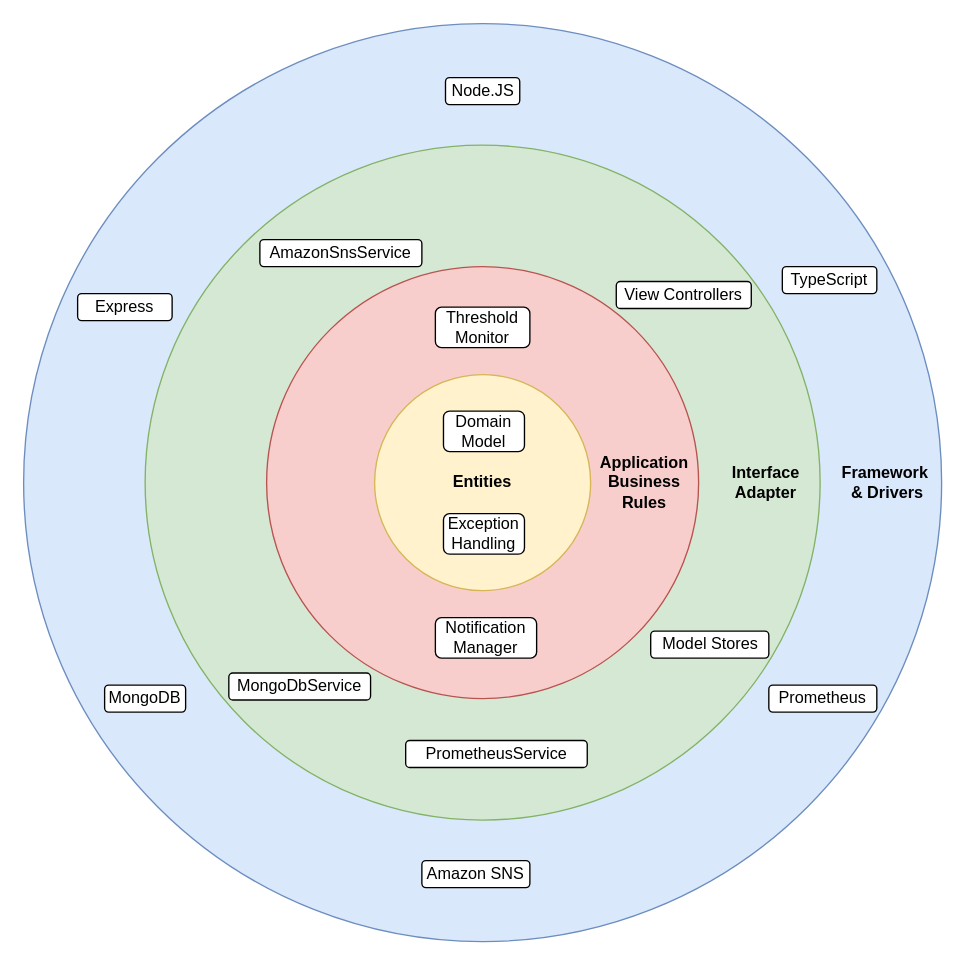
This is Documentation/src/resources/clean_architecture.drawio from KubeWatch-Monitoring/KubeWatch, a draw.io file, before an edit. Source tidied: cells renumbered, new cells numbered last; positions are measured from the earlier drawing's top-left corner, leaving out a move shared by most shapes. Both pictures are drawn from the tidied source at 135%, with x=0, y=0 at pixel (23, 23).
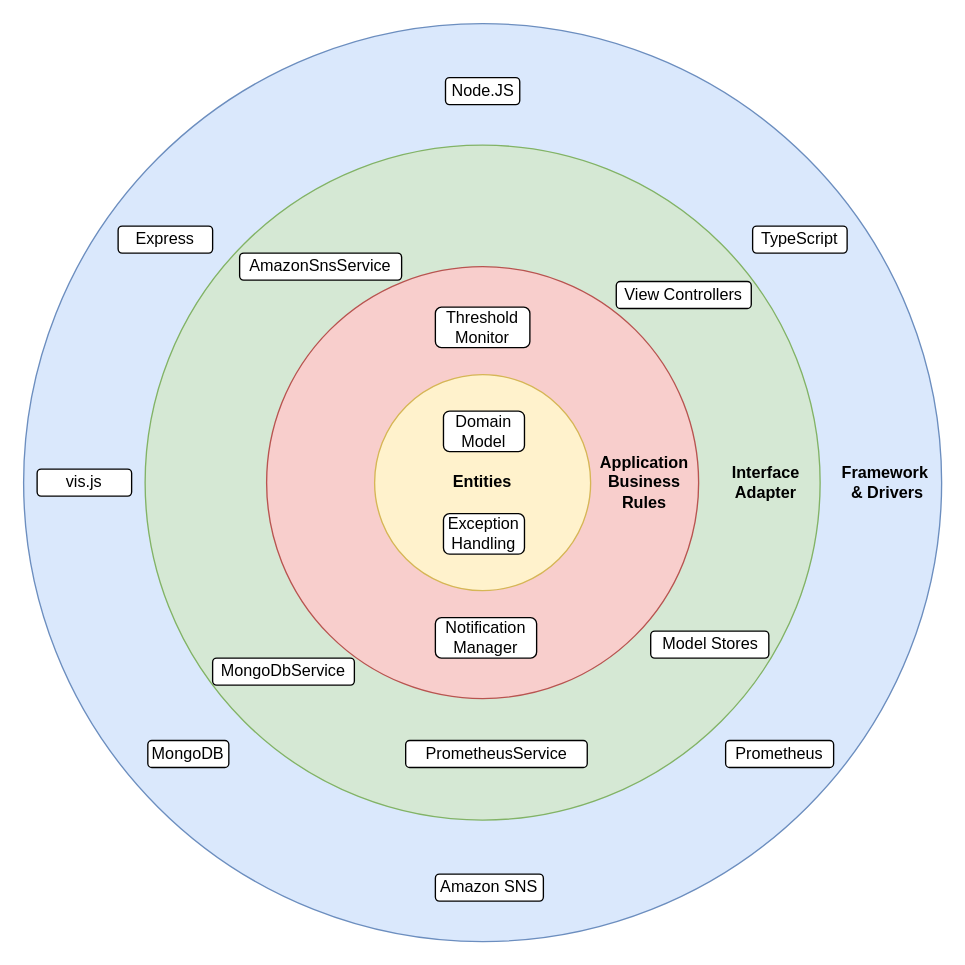
The same page after the edit.

Commit message (it also covers changes not shown here):
Add vis.js to clean architecture

The edit, as a diff of the source:
```diff
@@
     <mxCell id="6" value="MongoDB" style="rounded=1;whiteSpace=wrap;html=1;" parent="1" vertex="1">
-      <mxGeometry x="60" y="490" width="60" height="20" as="geometry" />
+      <mxGeometry x="92" y="531" width="60" height="20" as="geometry" />
     </mxCell>
     <mxCell id="7" value="Prometheus" style="rounded=1;whiteSpace=wrap;html=1;" parent="1" vertex="1">
-      <mxGeometry x="552" y="490" width="80" height="20" as="geometry" />
+      <mxGeometry x="520" y="531" width="80" height="20" as="geometry" />
     </mxCell>
@@
     <mxCell id="14" value="MongoDbService" style="rounded=1;whiteSpace=wrap;html=1;" parent="1" vertex="1">
-      <mxGeometry x="152" y="481" width="105" height="20" as="geometry" />
+      <mxGeometry x="140" y="470" width="105" height="20" as="geometry" />
     </mxCell>
@@
     <mxCell id="20" value="TypeScript" style="rounded=1;whiteSpace=wrap;html=1;" parent="1" vertex="1">
-      <mxGeometry x="562" y="180" width="70" height="20" as="geometry" />
+      <mxGeometry x="540" y="150" width="70" height="20" as="geometry" />
     </mxCell>
     <mxCell id="21" value="Express" style="rounded=1;whiteSpace=wrap;html=1;" parent="1" vertex="1">
-      <mxGeometry x="40" y="200" width="70" height="20" as="geometry" />
+      <mxGeometry x="70" y="150" width="70" height="20" as="geometry" />
     </mxCell>
@@
     <mxCell id="23" value="Amazon SNS" style="rounded=1;whiteSpace=wrap;html=1;" parent="1" vertex="1">
-      <mxGeometry x="295" y="620" width="80" height="20" as="geometry" />
+      <mxGeometry x="305" y="630" width="80" height="20" as="geometry" />
     </mxCell>
     <mxCell id="24" value="&lt;div&gt;AmazonSnsService&lt;/div&gt;" style="rounded=1;whiteSpace=wrap;html=1;" parent="1" vertex="1">
-      <mxGeometry x="175" y="160" width="120" height="20" as="geometry" />
+      <mxGeometry x="160" y="170" width="120" height="20" as="geometry" />
     </mxCell>
+    <mxCell id="25" value="vis.js" style="rounded=1;whiteSpace=wrap;html=1;" parent="1" vertex="1">
+      <mxGeometry x="10" y="330" width="70" height="20" as="geometry" />
+    </mxCell>
```
